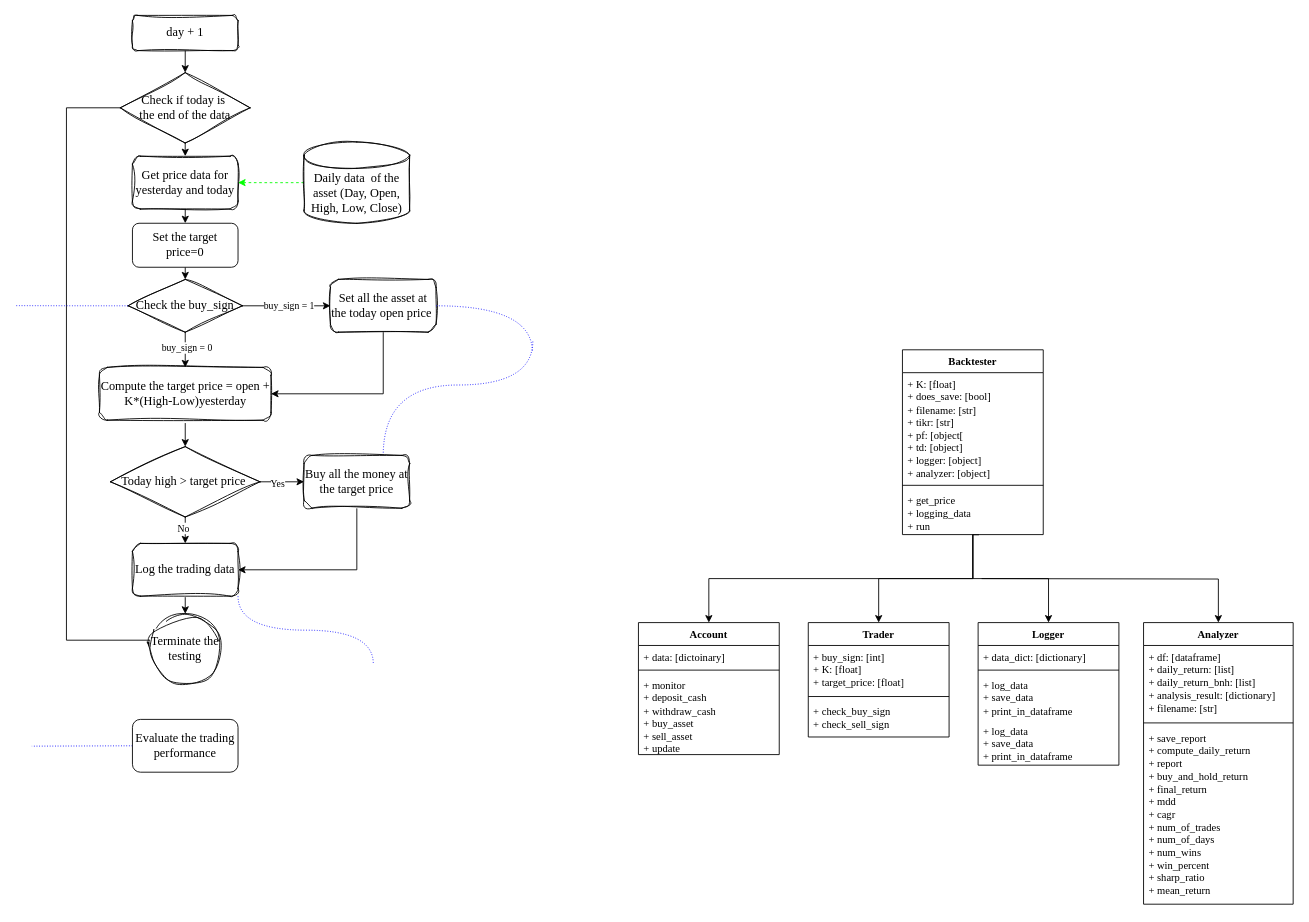
Above: images/2024-11-18-backtesting-code/class-diagram.drawio in sosoinvest/sosoinvest.github.io (draw.io), before the change. Source tidied: cells renumbered, new cells numbered last; positions are measured from the earlier drawing's top-left corner, leaving out a move shared by most shapes. Both pictures are drawn from the tidied source at 88%, with x=0, y=0 at pixel (15, 15).
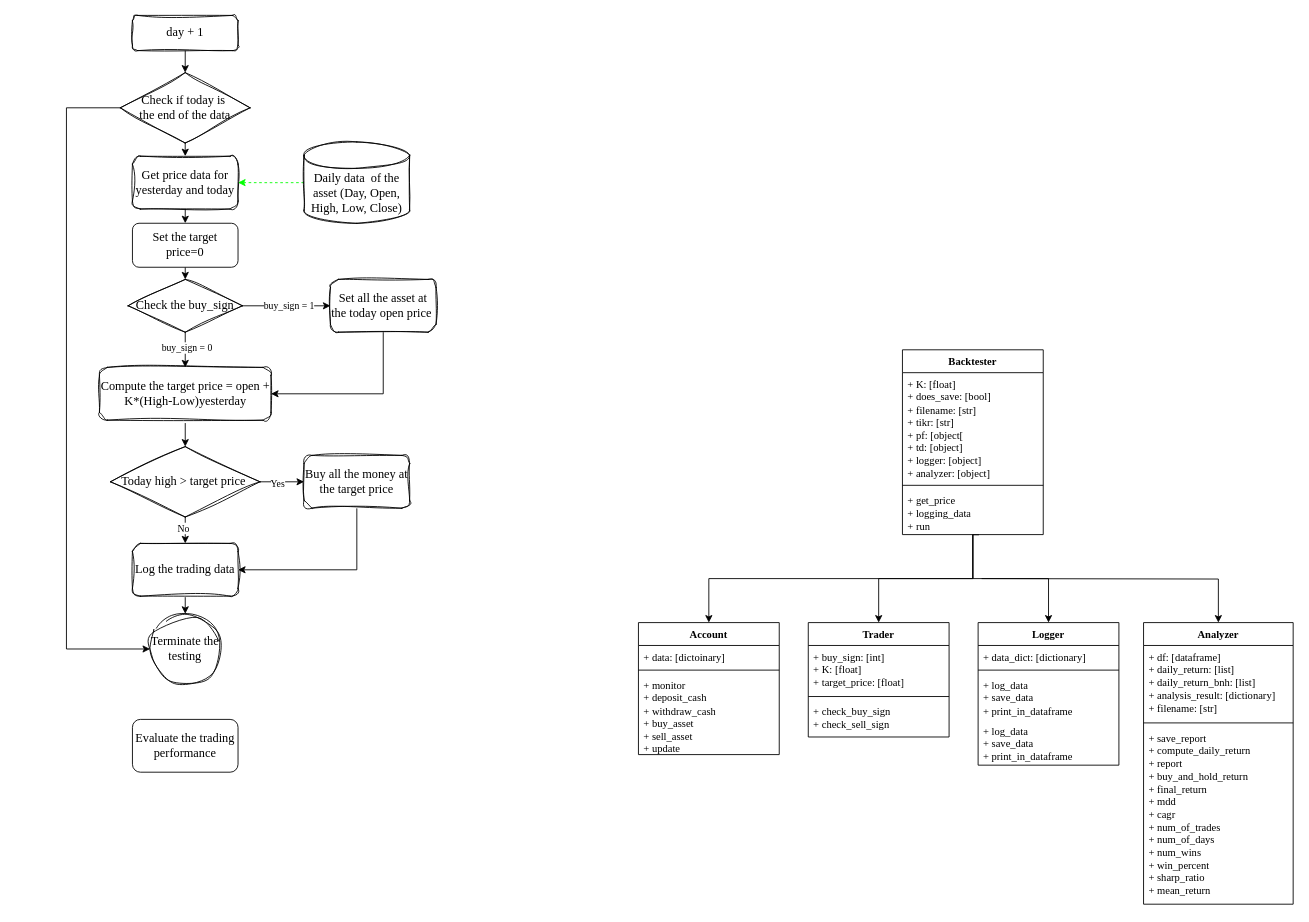
The same diagram, later.

Unchanged cells that the change refers to:
```xml
<mxCell id="6" value="Check if today is&amp;nbsp;&lt;div&gt;the&amp;nbsp;&lt;span style=&quot;background-color: initial;&quot;&gt;end of the data&lt;/span&gt;&lt;/div&gt;" style="rhombus;whiteSpace=wrap;html=1;fontFamily=Times New Roman;fontSize=14;sketch=1;curveFitting=1;jiggle=2;" parent="1" vertex="1">
  <mxGeometry x="119.2" y="65" width="147.5" height="80" as="geometry" />
</mxCell>
<mxCell id="9" value="Terminate the testing" style="ellipse;whiteSpace=wrap;html=1;fontFamily=Times New Roman;fontSize=14;sketch=1;curveFitting=1;jiggle=2;" parent="1" vertex="1">
  <mxGeometry x="153" y="680" width="80" height="80" as="geometry" />
</mxCell>
<mxCell id="13" value="Set all the asset at the today&amp;nbsp;open price&amp;nbsp;" style="rounded=1;whiteSpace=wrap;html=1;fontFamily=Times New Roman;fontSize=14;sketch=1;curveFitting=1;jiggle=2;" parent="1" vertex="1">
  <mxGeometry x="358" y="300" width="120" height="60" as="geometry" />
</mxCell>
<mxCell id="18" value="Check the buy_sign" style="rhombus;whiteSpace=wrap;html=1;fontFamily=Times New Roman;fontSize=14;sketch=1;curveFitting=1;jiggle=2;" parent="1" vertex="1">
  <mxGeometry x="128" y="300" width="130" height="60" as="geometry" />
</mxCell>
<mxCell id="27" value="Log the trading data" style="rounded=1;whiteSpace=wrap;html=1;fontFamily=Times New Roman;fontSize=14;sketch=1;curveFitting=1;jiggle=2;" parent="1" vertex="1">
  <mxGeometry x="133" y="600" width="120" height="60" as="geometry" />
</mxCell>
<mxCell id="30" value="Buy all the money at the target price" style="rounded=1;whiteSpace=wrap;html=1;fontFamily=Times New Roman;fontSize=14;sketch=1;curveFitting=1;jiggle=2;" parent="1" vertex="1">
  <mxGeometry x="328" y="500" width="120" height="60" as="geometry" />
</mxCell>
<mxCell id="37" value="Evaluate the trading performance" style="rounded=1;whiteSpace=wrap;html=1;fontFamily=Times New Roman;fontSize=14;" parent="1" vertex="1">
  <mxGeometry x="133" y="800" width="120" height="60" as="geometry" />
</mxCell>
```

Diff of the diagram source:
```diff
@@
     <mxCell id="5" style="edgeStyle=orthogonalEdgeStyle;rounded=0;jettySize=auto;html=1;exitX=0;exitY=0.5;exitDx=0;exitDy=0;entryX=0;entryY=0.5;entryDx=0;entryDy=0;fontFamily=Times New Roman;fontSize=14;" parent="1" edge="1" source="6" target="9">
       <mxGeometry relative="1" as="geometry">
         <Array as="points">
           <mxPoint x="58" y="105" />
-          <mxPoint x="58" y="710" />
-          <mxPoint x="153" y="710" />
+          <mxPoint x="58" y="720" />
         </Array>
       </mxGeometry>
     </mxCell>
@@
-    <mxCell id="29" style="edgeStyle=orthogonalEdgeStyle;rounded=0;jettySize=auto;html=1;exitX=0.75;exitY=0;exitDx=0;exitDy=0;entryX=0;entryY=0;entryDx=0;entryDy=0;dashed=1;dashPattern=1 2;endArrow=none;endFill=0;curved=1;strokeColor=#0000FF;" parent="1" edge="1" source="30">
-      <mxGeometry relative="1" as="geometry">
-        <mxPoint x="588" y="370" as="targetPoint" />
-        <Array as="points">
-          <mxPoint x="418" y="420" />
-          <mxPoint x="588" y="420" />
-        </Array>
-      </mxGeometry>
-    </mxCell>
@@
-    <mxCell id="33" style="edgeStyle=orthogonalEdgeStyle;rounded=0;jettySize=auto;html=1;exitX=0;exitY=0.5;exitDx=0;exitDy=0;entryX=1.015;entryY=0.718;entryDx=0;entryDy=0;entryPerimeter=0;endArrow=none;endFill=0;dashed=1;dashPattern=1 2;strokeWidth=1;curved=1;strokeColor=#0000FF;" parent="1" edge="1" source="18">
-      <mxGeometry relative="1" as="geometry">
-        <mxPoint x="0.4" y="329.8" as="targetPoint" />
-      </mxGeometry>
-    </mxCell>
-    <mxCell id="34" style="edgeStyle=orthogonalEdgeStyle;rounded=0;jettySize=auto;html=1;exitX=1;exitY=0.5;exitDx=0;exitDy=0;entryX=-0.003;entryY=0.087;entryDx=0;entryDy=0;entryPerimeter=0;curved=1;dashed=1;dashPattern=1 2;endArrow=none;endFill=0;strokeColor=#0000FF;" parent="1" edge="1" source="13">
-      <mxGeometry relative="1" as="geometry">
-        <mxPoint x="587.5" y="383" as="targetPoint" />
-      </mxGeometry>
-    </mxCell>
-    <mxCell id="35" style="edgeStyle=orthogonalEdgeStyle;rounded=0;jettySize=auto;html=1;exitX=1;exitY=1;exitDx=0;exitDy=0;entryX=-0.008;entryY=0.106;entryDx=0;entryDy=0;entryPerimeter=0;dashed=1;dashPattern=1 2;endArrow=none;endFill=0;curved=1;strokeColor=#0000FF;" parent="1" edge="1" source="27">
-      <mxGeometry relative="1" as="geometry">
-        <mxPoint x="406.7" y="737.2" as="targetPoint" />
-      </mxGeometry>
-    </mxCell>
-    <mxCell id="36" style="rounded=0;jettySize=auto;html=1;exitX=0;exitY=0.5;exitDx=0;exitDy=0;entryX=1.004;entryY=0.41;entryDx=0;entryDy=0;dashed=1;dashPattern=1 2;endArrow=none;endFill=0;strokeColor=#0000FF;entryPerimeter=0;" parent="1" edge="1" source="37">
-      <mxGeometry relative="1" as="geometry">
-        <mxPoint x="18.7" y="830.4" as="targetPoint" />
-      </mxGeometry>
-    </mxCell>
```
